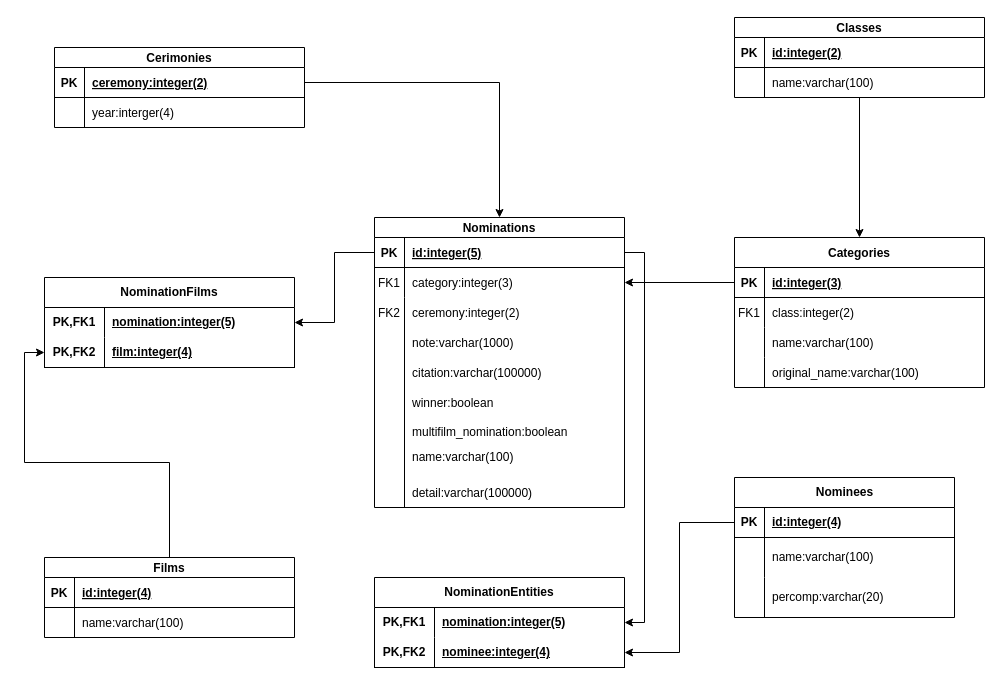
Before: modelo_relacional_oscars.drawio in QuAleAcEna/PythonAppOscars, a draw.io diagram. Source tidied: cells renumbered, new cells numbered last; positions are measured from the earlier drawing's top-left corner, leaving out a move shared by most shapes. Both pictures are drawn from the tidied source at 100%, with x=0, y=0 at pixel (44, 17).
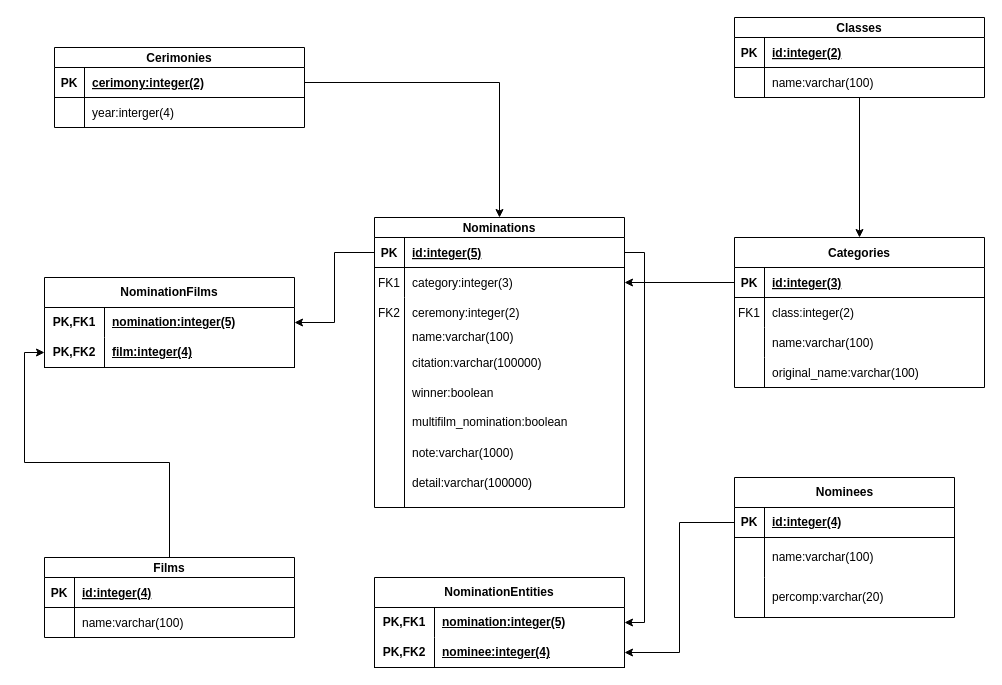
The same page after the edit.

The change refers to these unchanged cells:
```xml
<mxCell id="23" style="shape=partialRectangle;fillColor=none;points=[[0,0.5],[1,0.5]];portConstraint=eastwest;top=0;left=0;right=0;bottom=1;" parent="22" vertex="1">
  <mxGeometry y="20" width="250" height="30" as="geometry" />
</mxCell>
```

Change to the diagram source:
```diff
@@
-    <mxCell id="25" value="ceremony:integer(2)" style="shape=partialRectangle;overflow=hidden;fillColor=none;top=0;left=0;bottom=0;right=0;align=left;spacingLeft=6;fontStyle=5;" parent="23" vertex="1">
+    <mxCell id="25" value="cerimony:integer(2)" style="shape=partialRectangle;overflow=hidden;fillColor=none;top=0;left=0;bottom=0;right=0;align=left;spacingLeft=6;fontStyle=5;" parent="23" vertex="1">
       <mxGeometry x="30" width="220" height="30" as="geometry" />
     </mxCell>
@@
     <mxCell id="43" value="detail:varchar(100000)" style="shape=partialRectangle;overflow=hidden;fillColor=none;top=0;left=0;bottom=0;right=0;align=left;spacingLeft=6;" parent="1" vertex="1">
-      <mxGeometry x="360" y="460" width="220" height="30" as="geometry" />
+      <mxGeometry x="360" y="450" width="220" height="30" as="geometry" />
     </mxCell>
     <mxCell id="44" value="note:varchar(1000)" style="shape=partialRectangle;overflow=hidden;fillColor=none;top=0;left=0;bottom=0;right=0;align=left;spacingLeft=6;" parent="1" vertex="1">
-      <mxGeometry x="360" y="310" width="220" height="30" as="geometry" />
+      <mxGeometry x="360" y="420" width="220" height="30" as="geometry" />
     </mxCell>
     <mxCell id="45" value="citation:varchar(100000)" style="shape=partialRectangle;overflow=hidden;fillColor=none;top=0;left=0;bottom=0;right=0;align=left;spacingLeft=6;" parent="1" vertex="1">
-      <mxGeometry x="360" y="340" width="220" height="30" as="geometry" />
+      <mxGeometry x="360" y="330" width="220" height="30" as="geometry" />
     </mxCell>
     <mxCell id="46" value="winner:boolean" style="shape=partialRectangle;overflow=hidden;fillColor=none;top=0;left=0;bottom=0;right=0;align=left;spacingLeft=6;" parent="1" vertex="1">
-      <mxGeometry x="360" y="370" width="220" height="30" as="geometry" />
+      <mxGeometry x="360" y="360" width="220" height="30" as="geometry" />
     </mxCell>
@@
     <mxCell id="61" value="multifilm_nomination:boolean" style="shape=partialRectangle;fillColor=none;top=0;left=0;bottom=0;right=0;align=left;spacingLeft=6;overflow=hidden;whiteSpace=wrap;html=1;" parent="1" vertex="1">
-      <mxGeometry x="360" y="400" width="190" height="30" as="geometry" />
+      <mxGeometry x="360" y="390" width="190" height="30" as="geometry" />
     </mxCell>
@@
     <mxCell id="72" value="name:varchar(100)" style="shape=partialRectangle;fillColor=none;top=0;left=0;bottom=0;right=0;align=left;spacingLeft=6;overflow=hidden;whiteSpace=wrap;html=1;" parent="1" vertex="1">
-      <mxGeometry x="360" y="420" width="190" height="40" as="geometry" />
+      <mxGeometry x="360" y="300" width="190" height="40" as="geometry" />
     </mxCell>
```
